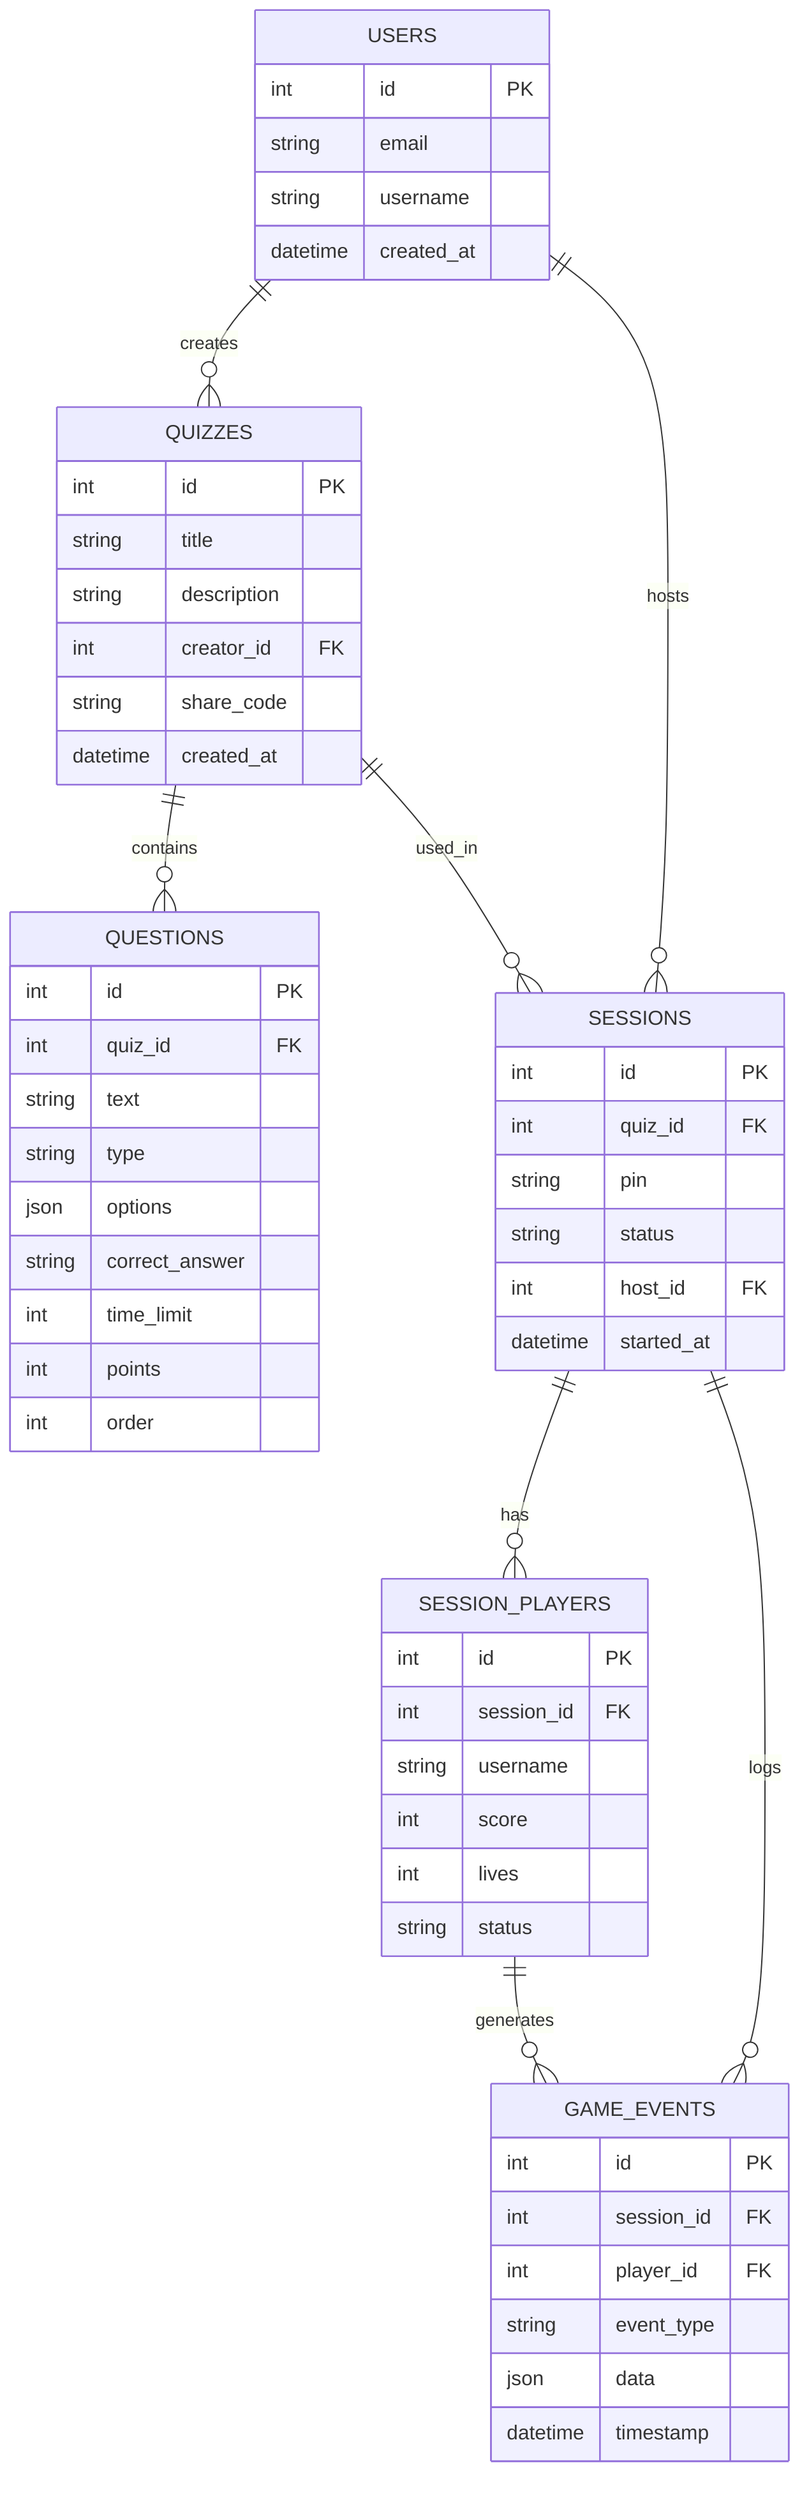
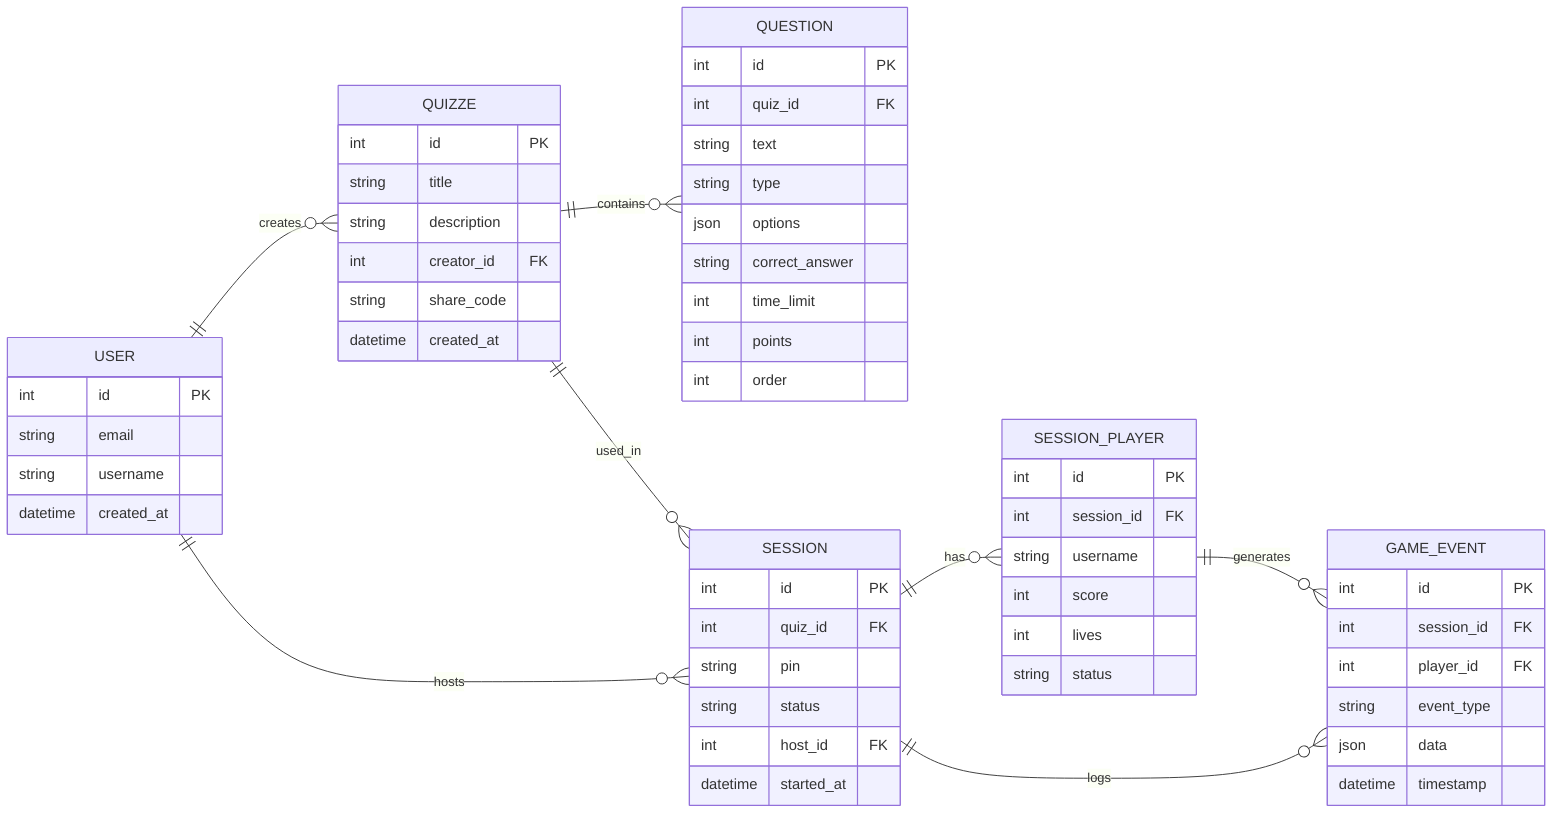
erDiagram
+ 	direction LR
+ 	USER {
+ 		int id PK ""
+ 		string email  ""
+ 		string username  ""
+ 		datetime created_at  ""
+ 	}

-     USERS {
-         int id PK
-         string email
-         string username
-         datetime created_at
-     }
+ 	QUIZZE {
+ 		int id PK ""
+ 		string title  ""
+ 		string description  ""
+ 		int creator_id FK ""
+ 		string share_code  ""
+ 		datetime created_at  ""
+ 	}

-     QUIZZES {
-         int id PK
-         string title
-         string description
-         int creator_id FK
-         string share_code
-         datetime created_at
-     }
+ 	QUESTION {
+ 		int id PK ""
+ 		int quiz_id FK ""
+ 		string text  ""
+ 		string type  ""
+ 		json options  ""
+ 		string correct_answer  ""
+ 		int time_limit  ""
+ 		int points  ""
+ 		int order  ""
+ 	}

-     QUESTIONS {
-         int id PK
-         int quiz_id FK
-         string text
-         string type
-         json options
-         string correct_answer
-         int time_limit
-         int points
-         int order
-     }
+ 	SESSION {
+ 		int id PK ""
+ 		int quiz_id FK ""
+ 		string pin  ""
+ 		string status  ""
+ 		int host_id FK ""
+ 		datetime started_at  ""
+ 	}

-     SESSIONS {
-         int id PK
-         int quiz_id FK
-         string pin
-         string status
-         int host_id FK
-         datetime started_at
-     }
+ 	SESSION_PLAYER {
+ 		int id PK ""
+ 		int session_id FK ""
+ 		string username  ""
+ 		int score  ""
+ 		int lives  ""
+ 		string status  ""
+ 	}

-     SESSION_PLAYERS {
-         int id PK
-         int session_id FK
-         string username
-         int score
-         int lives
-         string status
-     }
+ 	GAME_EVENT {
+ 		int id PK ""
+ 		int session_id FK ""
+ 		int player_id FK ""
+ 		string event_type  ""
+ 		json data  ""
+ 		datetime timestamp  ""
+ 	}

-     GAME_EVENTS {
-         int id PK
-         int session_id FK
-         int player_id FK
-         string event_type
-         json data
-         datetime timestamp
-     }
- 
-     USERS ||--o{ QUIZZES : creates
-     QUIZZES ||--o{ QUESTIONS : contains
- 
-     USERS ||--o{ SESSIONS : hosts
-     QUIZZES ||--o{ SESSIONS : used_in
- 
-     SESSIONS ||--o{ SESSION_PLAYERS : has
-     SESSION_PLAYERS ||--o{ GAME_EVENTS : generates
-     SESSIONS ||--o{ GAME_EVENTS : logs
+ 	USER||--o{QUIZZE:"creates"
+ 	QUIZZE||--o{QUESTION:"contains"
+ 	USER||--o{SESSION:"hosts"
+ 	QUIZZE||--o{SESSION:"used_in"
+ 	SESSION||--o{SESSION_PLAYER:"has"
+ 	SESSION_PLAYER||--o{GAME_EVENT:"generates"
+ 	SESSION||--o{GAME_EVENT:"logs"